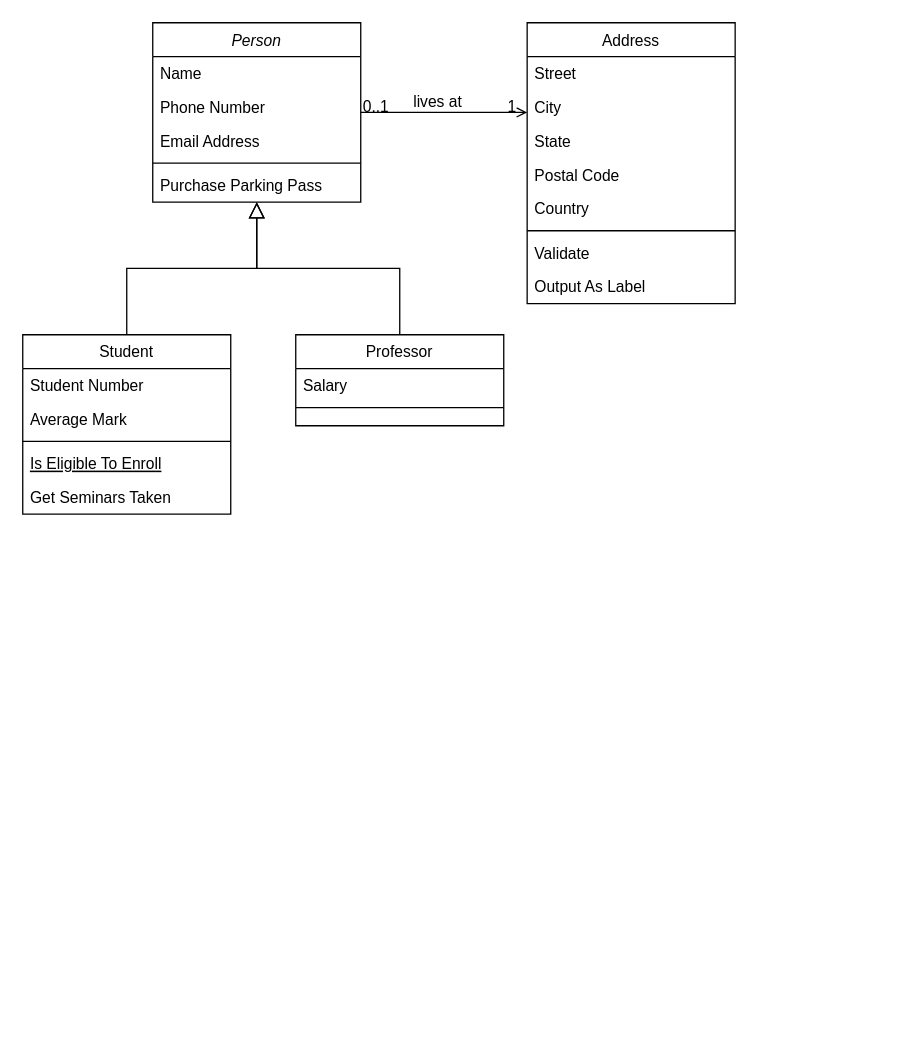
Above: images/tiendaOnline.drawio in rafaelPrg00/Lab2 (draw.io), before the change. Source tidied: cells renumbered, new cells numbered last; positions are measured from the earlier drawing's top-left corner, leaving out a move shared by most shapes. Both pictures are drawn from the tidied source at 130%, with x=0, y=0 at pixel (22, 22).
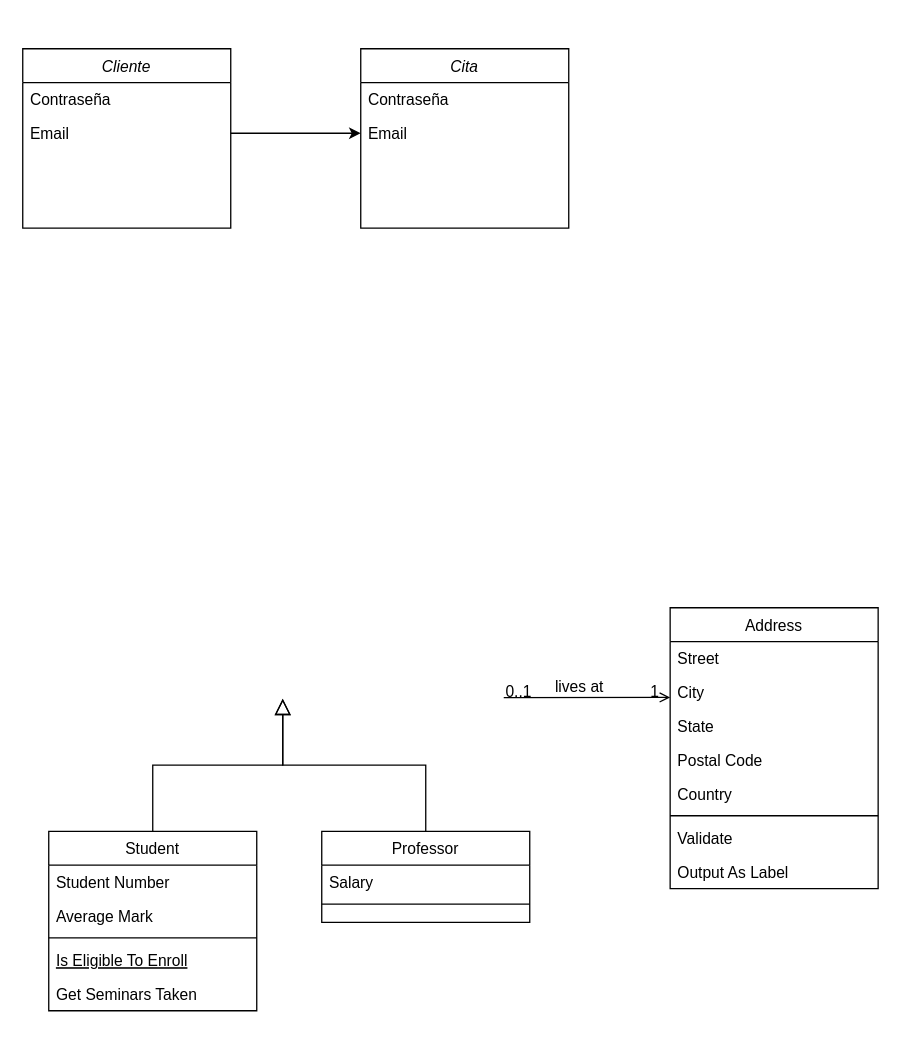
After the change.

Diff of the diagram source:
```diff
@@
-    <mxCell id="2" value="Person" style="swimlane;fontStyle=2;align=center;verticalAlign=top;horizontal=1;startSize=26;rounded=0;shadow=0;strokeWidth=1;" parent="1" vertex="1">
-      <mxGeometry x="100" width="160" height="138" as="geometry" />
+    <mxCell id="2" value="Cliente&#10;" style="swimlane;fontStyle=2;align=center;verticalAlign=top;horizontal=1;startSize=26;rounded=0;shadow=0;strokeWidth=1;" parent="1" vertex="1">
+      <mxGeometry y="20" width="160" height="138" as="geometry" />
     </mxCell>
-    <mxCell id="3" value="Name" style="text;align=left;verticalAlign=top;spacingLeft=4;spacingRight=4;overflow=hidden;" parent="2" vertex="1">
-      <mxGeometry y="26" width="160" height="26" as="geometry" />
-    </mxCell>
-    <mxCell id="4" value="Phone Number" style="text;align=left;verticalAlign=top;spacingLeft=4;spacingRight=4;overflow=hidden;rounded=0;shadow=0;html=0;" parent="2" vertex="1">
-      <mxGeometry y="52" width="160" height="26" as="geometry" />
+    <mxCell id="4" value="Contraseña" style="text;align=left;verticalAlign=top;spacingLeft=4;spacingRight=4;overflow=hidden;rounded=0;shadow=0;html=0;" parent="2" vertex="1">
+      <mxGeometry y="26" width="160" height="26" as="geometry" />
     </mxCell>
+    <mxCell id="32" style="edgeStyle=orthogonalEdgeStyle;rounded=0;jettySize=auto;html=1;exitX=1;exitY=0.5;exitDx=0;exitDy=0;" parent="2" edge="1" source="5">
+      <mxGeometry relative="1" as="geometry">
+        <mxPoint x="260" y="65" as="targetPoint" />
+      </mxGeometry>
+    </mxCell>
-    <mxCell id="5" value="Email Address" style="text;align=left;verticalAlign=top;spacingLeft=4;spacingRight=4;overflow=hidden;points=[[0,0.5],[1,0.5]];portConstraint=eastwest;rounded=0;shadow=0;html=0;" parent="2" vertex="1">
-      <mxGeometry y="78" width="160" height="26" as="geometry" />
+    <mxCell id="5" value="Email" style="text;align=left;verticalAlign=top;spacingLeft=4;spacingRight=4;overflow=hidden;points=[[0,0.5],[1,0.5]];portConstraint=eastwest;rounded=0;shadow=0;html=0;" parent="2" vertex="1">
+      <mxGeometry y="52" width="160" height="26" as="geometry" />
     </mxCell>
-    <mxCell id="6" style="line;html=1;strokeWidth=1;align=left;verticalAlign=middle;spacingTop=-1;spacingLeft=3;spacingRight=3;labelPosition=right;" parent="2" vertex="1">
-      <mxGeometry y="104" width="160" height="8" as="geometry" />
-    </mxCell>
-    <mxCell id="7" value="Purchase Parking Pass" style="text;align=left;verticalAlign=top;spacingLeft=4;spacingRight=4;overflow=hidden;" parent="2" vertex="1">
-      <mxGeometry y="112" width="160" height="26" as="geometry" />
-    </mxCell>
     <mxCell id="8" value="Student" style="swimlane;fontStyle=0;align=center;verticalAlign=top;horizontal=1;startSize=26;rounded=0;shadow=0;strokeWidth=1;" parent="1" vertex="1">
-      <mxGeometry y="240" width="160" height="138" as="geometry" />
+      <mxGeometry x="20" y="622" width="160" height="138" as="geometry" />
     </mxCell>
@@
-    <mxCell id="14" style="endArrow=block;endSize=10;endFill=0;shadow=0;strokeWidth=1;rounded=0;curved=0;edgeStyle=elbowEdgeStyle;elbow=vertical;" parent="1" edge="1" source="8" target="2">
-      <mxGeometry relative="1" as="geometry" />
+    <mxCell id="14" style="endArrow=block;endSize=10;endFill=0;shadow=0;strokeWidth=1;rounded=0;curved=0;edgeStyle=elbowEdgeStyle;elbow=vertical;" parent="1" edge="1" source="8">
+      <mxGeometry relative="1" as="geometry">
+        <mxPoint x="200" y="520" as="targetPoint" />
+      </mxGeometry>
     </mxCell>
     <mxCell id="15" value="Professor" style="swimlane;fontStyle=0;align=center;verticalAlign=top;horizontal=1;startSize=26;rounded=0;shadow=0;strokeWidth=1;" parent="1" vertex="1">
-      <mxGeometry x="210" y="240" width="160" height="70" as="geometry" />
+      <mxGeometry x="230" y="622" width="160" height="70" as="geometry" />
     </mxCell>
@@
-    <mxCell id="18" style="endArrow=block;endSize=10;endFill=0;shadow=0;strokeWidth=1;rounded=0;curved=0;edgeStyle=elbowEdgeStyle;elbow=vertical;" parent="1" edge="1" source="15" target="2">
-      <mxGeometry relative="1" as="geometry" />
+    <mxCell id="18" style="endArrow=block;endSize=10;endFill=0;shadow=0;strokeWidth=1;rounded=0;curved=0;edgeStyle=elbowEdgeStyle;elbow=vertical;" parent="1" edge="1" source="15">
+      <mxGeometry relative="1" as="geometry">
+        <mxPoint x="200" y="520" as="targetPoint" />
+      </mxGeometry>
     </mxCell>
     <mxCell id="19" value="Address" style="swimlane;fontStyle=0;align=center;verticalAlign=top;horizontal=1;startSize=26;rounded=0;shadow=0;strokeWidth=1;" parent="1" vertex="1">
-      <mxGeometry x="388" width="160" height="216" as="geometry" />
+      <mxGeometry x="498" y="450" width="160" height="216" as="geometry" />
     </mxCell>
@@
-    <mxCell id="28" style="endArrow=open;shadow=0;strokeWidth=1;rounded=0;curved=0;endFill=1;edgeStyle=elbowEdgeStyle;elbow=vertical;" parent="1" edge="1" source="2" target="19">
+    <mxCell id="28" style="endArrow=open;shadow=0;strokeWidth=1;rounded=0;curved=0;endFill=1;edgeStyle=elbowEdgeStyle;elbow=vertical;" parent="1" edge="1" target="19">
       <mxGeometry x="0.5" y="41" relative="1" as="geometry">
+        <mxPoint x="370" y="519.2" as="sourcePoint" />
         <mxPoint x="-40" y="32" as="offset" />
       </mxGeometry>
     </mxCell>
@@
+    <mxCell id="33" value="Cita" style="swimlane;fontStyle=2;align=center;verticalAlign=top;horizontal=1;startSize=26;rounded=0;shadow=0;strokeWidth=1;" parent="1" vertex="1">
+      <mxGeometry x="260" y="20" width="160" height="138" as="geometry" />
+    </mxCell>
+    <mxCell id="34" value="Contraseña" style="text;align=left;verticalAlign=top;spacingLeft=4;spacingRight=4;overflow=hidden;rounded=0;shadow=0;html=0;" parent="33" vertex="1">
+      <mxGeometry y="26" width="160" height="26" as="geometry" />
+    </mxCell>
+    <mxCell id="35" value="Email" style="text;align=left;verticalAlign=top;spacingLeft=4;spacingRight=4;overflow=hidden;rounded=0;shadow=0;html=0;" parent="33" vertex="1">
+      <mxGeometry y="52" width="160" height="26" as="geometry" />
+    </mxCell>
```
